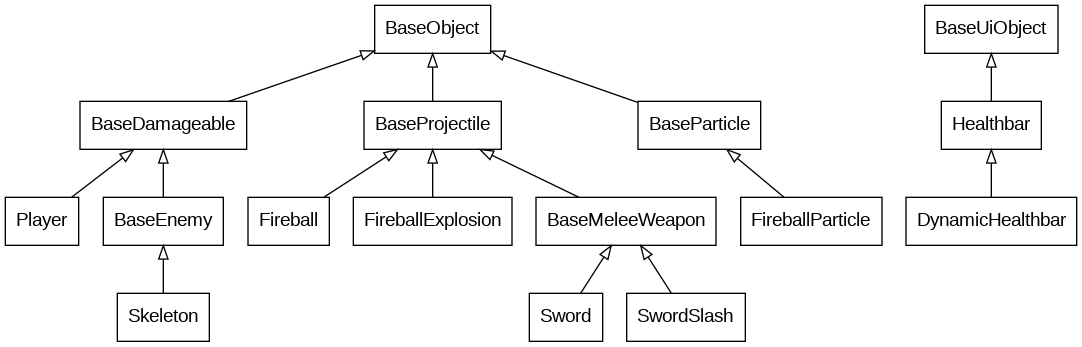
Earlier version of the Graphviz export inheritance.gv.png (lachfoy/2dgameABANDONED). Its source is kept beside it as inheritance.gv.
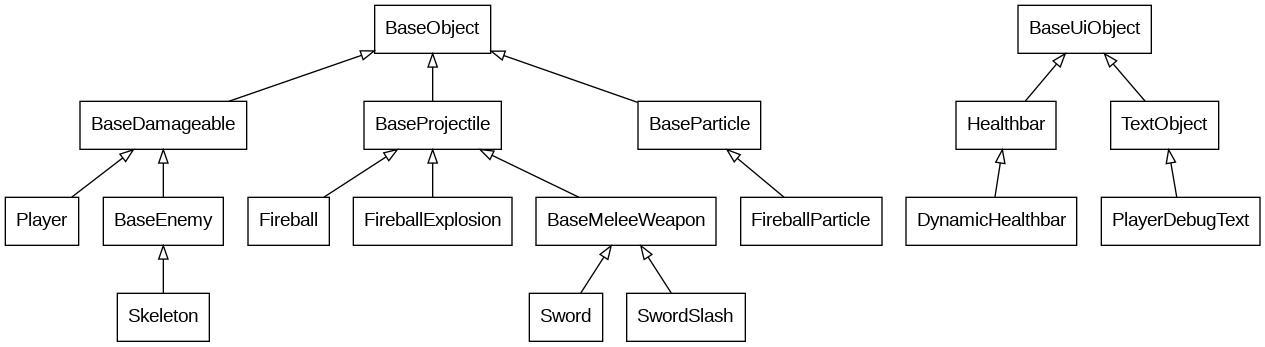
After the commit.

Change to the diagram source:
```diff
@@ -9,7 +9,8 @@
     BaseMeleeWeapon->{Sword, SwordSlash}
     BaseEnemy->Skeleton
 
-    BaseUiObject->Healthbar
+    BaseUiObject->{Healthbar, TextObject}
     Healthbar->DynamicHealthbar
+    TextObject->PlayerDebugText
 }
 
```
